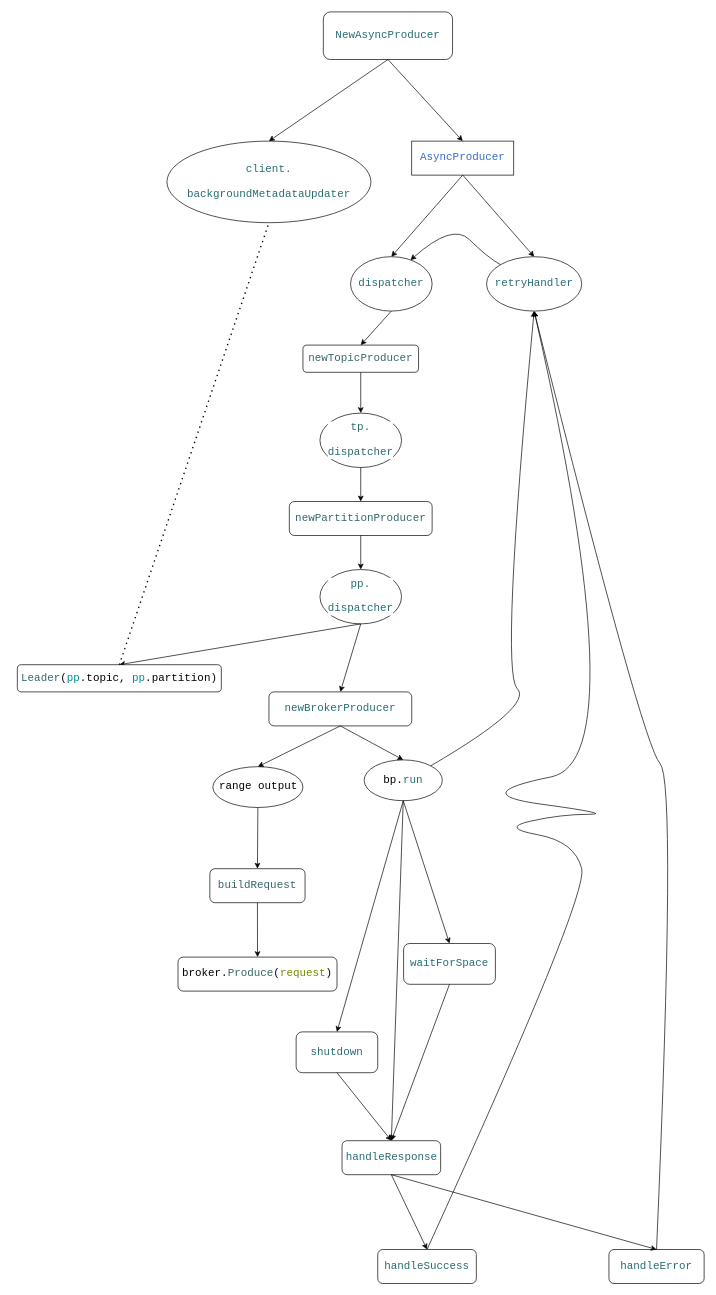
Earlier version of the draw.io diagram docs/sarama-producer.drawio (pingcap/tiflow). Source tidied: cells renumbered, new cells numbered last; positions are measured from the earlier drawing's top-left corner, leaving out a move shared by most shapes. Both pictures are drawn from the tidied source at 68%, with x=0, y=0 at pixel (17, 12).
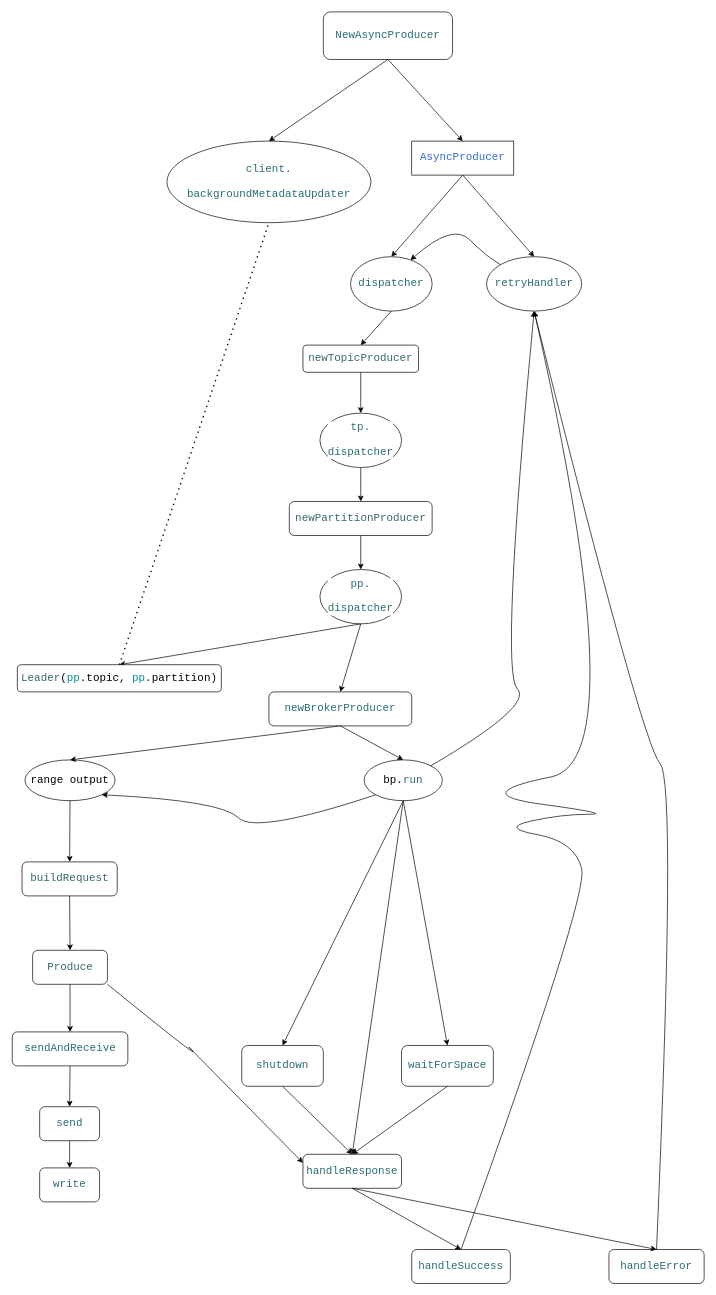
The same page after the edit.

Unchanged cells that the change refers to:
```xml
<mxCell id="24" value="&lt;pre style=&quot;background-color: #ffffff ; color: #080808 ; font-family: &amp;#34;fira code&amp;#34; , monospace ; font-size: 12.0pt&quot;&gt;&lt;span style=&quot;color: #000000&quot;&gt;bp&lt;/span&gt;.&lt;span style=&quot;color: #286d73&quot;&gt;run&lt;/span&gt;&lt;/pre&gt;" style="ellipse;whiteSpace=wrap;html=1;fontSize=14;" parent="1" vertex="1">
  <mxGeometry x="510" y="1100" width="115" height="60" as="geometry" />
</mxCell>
```

The edit, as a diff of the source:
```diff
@@
     <mxCell id="27" value="&lt;pre style=&quot;background-color: rgb(255 , 255 , 255) ; font-family: &amp;#34;fira code&amp;#34; , monospace ; font-size: 12pt&quot;&gt;range output&lt;/pre&gt;" style="ellipse;whiteSpace=wrap;html=1;fontSize=14;" parent="1" vertex="1">
-      <mxGeometry x="287.5" y="1110" width="132.5" height="60" as="geometry" />
+      <mxGeometry x="11.2" y="1100" width="132.5" height="60" as="geometry" />
     </mxCell>
@@
     <mxCell id="29" value="&lt;pre style=&quot;background-color: #ffffff ; color: #080808 ; font-family: &amp;#34;fira code&amp;#34; , monospace ; font-size: 12.0pt&quot;&gt;&lt;pre style=&quot;font-family: &amp;#34;fira code&amp;#34; , monospace ; font-size: 12pt&quot;&gt;&lt;pre style=&quot;font-family: &amp;#34;fira code&amp;#34; , monospace ; font-size: 12pt&quot;&gt;&lt;pre style=&quot;font-family: &amp;#34;fira code&amp;#34; , monospace ; font-size: 12pt&quot;&gt;&lt;span style=&quot;color: #36666b&quot;&gt;buildRequest&lt;/span&gt;&lt;/pre&gt;&lt;/pre&gt;&lt;/pre&gt;&lt;/pre&gt;" style="rounded=1;whiteSpace=wrap;html=1;fontSize=14;" parent="1" vertex="1">
-      <mxGeometry x="283.1" y="1260" width="140" height="50" as="geometry" />
+      <mxGeometry x="6.9" y="1250" width="140" height="50" as="geometry" />
     </mxCell>
-    <mxCell id="30" value="&lt;pre style=&quot;background-color: #ffffff ; color: #080808 ; font-family: &amp;#34;fira code&amp;#34; , monospace ; font-size: 12.0pt&quot;&gt;&lt;pre style=&quot;font-family: &amp;#34;fira code&amp;#34; , monospace ; font-size: 12pt&quot;&gt;&lt;pre style=&quot;font-family: &amp;#34;fira code&amp;#34; , monospace ; font-size: 12pt&quot;&gt;&lt;pre style=&quot;font-family: &amp;#34;fira code&amp;#34; , monospace ; font-size: 12pt&quot;&gt;&lt;pre style=&quot;font-family: &amp;#34;fira code&amp;#34; , monospace ; font-size: 12pt&quot;&gt;&lt;span style=&quot;color: #000000&quot;&gt;broker&lt;/span&gt;.&lt;span style=&quot;color: #36666b&quot;&gt;Produce&lt;/span&gt;(&lt;span style=&quot;color: #708c00&quot;&gt;request&lt;/span&gt;)&lt;/pre&gt;&lt;/pre&gt;&lt;/pre&gt;&lt;/pre&gt;&lt;/pre&gt;" style="rounded=1;whiteSpace=wrap;html=1;fontSize=14;" parent="1" vertex="1">
-      <mxGeometry x="236.3" y="1390" width="233.8" height="50" as="geometry" />
+    <mxCell id="30" value="&lt;pre style=&quot;background-color: #ffffff ; color: #080808 ; font-family: &amp;#34;fira code&amp;#34; , monospace ; font-size: 12.0pt&quot;&gt;&lt;pre style=&quot;font-family: &amp;#34;fira code&amp;#34; , monospace ; font-size: 12pt&quot;&gt;&lt;pre style=&quot;font-family: &amp;#34;fira code&amp;#34; , monospace ; font-size: 12pt&quot;&gt;&lt;pre style=&quot;font-family: &amp;#34;fira code&amp;#34; , monospace ; font-size: 12pt&quot;&gt;&lt;pre style=&quot;font-family: &amp;#34;fira code&amp;#34; , monospace ; font-size: 12pt&quot;&gt;&lt;span style=&quot;color: #36666b&quot;&gt;Produce&lt;/span&gt;&lt;/pre&gt;&lt;/pre&gt;&lt;/pre&gt;&lt;/pre&gt;&lt;/pre&gt;" style="rounded=1;whiteSpace=wrap;html=1;fontSize=14;" parent="1" vertex="1">
+      <mxGeometry x="22.5" y="1380" width="110" height="50" as="geometry" />
     </mxCell>
@@
     <mxCell id="35" value="&lt;pre style=&quot;background-color: #ffffff ; color: #080808 ; font-family: &amp;#34;fira code&amp;#34; , monospace ; font-size: 12.0pt&quot;&gt;&lt;pre style=&quot;font-family: &amp;#34;fira code&amp;#34; , monospace ; font-size: 12pt&quot;&gt;&lt;pre style=&quot;font-family: &amp;#34;fira code&amp;#34; , monospace ; font-size: 12pt&quot;&gt;&lt;pre style=&quot;font-family: &amp;#34;fira code&amp;#34; , monospace ; font-size: 12pt&quot;&gt;&lt;span style=&quot;color: #286d73&quot;&gt;handleSuccess&lt;/span&gt;&lt;/pre&gt;&lt;/pre&gt;&lt;/pre&gt;&lt;/pre&gt;" style="rounded=1;whiteSpace=wrap;html=1;fontSize=14;" parent="1" vertex="1">
-      <mxGeometry x="530" y="1820" width="145" height="50" as="geometry" />
+      <mxGeometry x="580" y="1820" width="145" height="50" as="geometry" />
     </mxCell>
@@
     <mxCell id="38" value="&lt;pre style=&quot;background-color: #ffffff ; color: #080808 ; font-family: &amp;#34;fira code&amp;#34; , monospace ; font-size: 12.0pt&quot;&gt;&lt;pre style=&quot;font-family: &amp;#34;fira code&amp;#34; , monospace ; font-size: 12pt&quot;&gt;&lt;pre style=&quot;font-family: &amp;#34;fira code&amp;#34; , monospace ; font-size: 12pt&quot;&gt;&lt;pre style=&quot;font-family: &amp;#34;fira code&amp;#34; , monospace ; font-size: 12pt&quot;&gt;&lt;pre style=&quot;font-family: &amp;#34;fira code&amp;#34; , monospace ; font-size: 12pt&quot;&gt;&lt;span style=&quot;color: #286d73&quot;&gt;handleResponse&lt;/span&gt;&lt;/pre&gt;&lt;/pre&gt;&lt;/pre&gt;&lt;/pre&gt;&lt;/pre&gt;" style="rounded=1;whiteSpace=wrap;html=1;fontSize=14;" parent="1" vertex="1">
-      <mxGeometry x="477.5" y="1660" width="145" height="50" as="geometry" />
+      <mxGeometry x="420" y="1680" width="145" height="50" as="geometry" />
     </mxCell>
@@
     <mxCell id="42" value="&lt;pre style=&quot;background-color: #ffffff ; color: #080808 ; font-family: &amp;#34;fira code&amp;#34; , monospace ; font-size: 12.0pt&quot;&gt;&lt;span style=&quot;color: #286d73&quot;&gt;shutdown&lt;/span&gt;&lt;/pre&gt;" style="rounded=1;whiteSpace=wrap;html=1;fontSize=14;" parent="1" vertex="1">
-      <mxGeometry x="410" y="1500" width="120" height="60" as="geometry" />
+      <mxGeometry x="330" y="1520" width="120" height="60" as="geometry" />
     </mxCell>
@@
     <mxCell id="44" value="&lt;pre style=&quot;background-color: #ffffff ; color: #080808 ; font-family: &amp;#34;fira code&amp;#34; , monospace ; font-size: 12.0pt&quot;&gt;&lt;pre style=&quot;font-family: &amp;#34;fira code&amp;#34; , monospace ; font-size: 12pt&quot;&gt;&lt;span style=&quot;color: #286d73&quot;&gt;waitForSpace&lt;/span&gt;&lt;/pre&gt;&lt;/pre&gt;" style="rounded=1;whiteSpace=wrap;html=1;fontSize=14;" parent="1" vertex="1">
-      <mxGeometry x="568" y="1370" width="135" height="60" as="geometry" />
+      <mxGeometry x="565" y="1520" width="135" height="60" as="geometry" />
     </mxCell>
@@
+    <mxCell id="48" value="&lt;pre style=&quot;background-color: #ffffff ; color: #080808 ; font-family: &amp;#34;fira code&amp;#34; , monospace ; font-size: 12.0pt&quot;&gt;&lt;pre style=&quot;font-family: &amp;#34;fira code&amp;#34; , monospace ; font-size: 12pt&quot;&gt;&lt;pre style=&quot;font-family: &amp;#34;fira code&amp;#34; , monospace ; font-size: 12pt&quot;&gt;&lt;pre style=&quot;font-family: &amp;#34;fira code&amp;#34; , monospace ; font-size: 12pt&quot;&gt;&lt;pre style=&quot;font-family: &amp;#34;fira code&amp;#34; , monospace ; font-size: 12pt&quot;&gt;&lt;pre style=&quot;font-family: &amp;#34;fira code&amp;#34; , monospace ; font-size: 12pt&quot;&gt;&lt;span style=&quot;color: #286d73&quot;&gt;sendAndReceive&lt;/span&gt;&lt;/pre&gt;&lt;/pre&gt;&lt;/pre&gt;&lt;/pre&gt;&lt;/pre&gt;&lt;/pre&gt;" style="rounded=1;whiteSpace=wrap;html=1;fontSize=14;" parent="1" vertex="1">
+      <mxGeometry x="-7.5" y="1500" width="170" height="50" as="geometry" />
+    </mxCell>
+    <mxCell id="49" style="endArrow=classic;html=1;exitX=0.5;exitY=1;exitDx=0;exitDy=0;entryX=0.5;entryY=0;entryDx=0;entryDy=0;" parent="1" edge="1" source="30" target="48">
+      <mxGeometry relative="1" as="geometry" />
+    </mxCell>
+    <mxCell id="50" value="&lt;pre style=&quot;background-color: #ffffff ; color: #080808 ; font-family: &amp;#34;fira code&amp;#34; , monospace ; font-size: 12.0pt&quot;&gt;&lt;pre style=&quot;font-family: &amp;#34;fira code&amp;#34; , monospace ; font-size: 12pt&quot;&gt;&lt;pre style=&quot;font-family: &amp;#34;fira code&amp;#34; , monospace ; font-size: 12pt&quot;&gt;&lt;pre style=&quot;font-family: &amp;#34;fira code&amp;#34; , monospace ; font-size: 12pt&quot;&gt;&lt;pre style=&quot;font-family: &amp;#34;fira code&amp;#34; , monospace ; font-size: 12pt&quot;&gt;&lt;pre style=&quot;font-family: &amp;#34;fira code&amp;#34; , monospace ; font-size: 12pt&quot;&gt;&lt;span style=&quot;color: #286d73&quot;&gt;send&lt;/span&gt;&lt;/pre&gt;&lt;/pre&gt;&lt;/pre&gt;&lt;/pre&gt;&lt;/pre&gt;&lt;/pre&gt;" style="rounded=1;whiteSpace=wrap;html=1;fontSize=14;" parent="1" vertex="1">
+      <mxGeometry x="32.8" y="1610" width="88.1" height="50" as="geometry" />
+    </mxCell>
+    <mxCell id="51" style="endArrow=classic;html=1;exitX=0.5;exitY=1;exitDx=0;exitDy=0;entryX=0.5;entryY=0;entryDx=0;entryDy=0;" parent="1" edge="1" source="48" target="50">
+      <mxGeometry relative="1" as="geometry" />
+    </mxCell>
+    <mxCell id="52" value="&lt;pre style=&quot;background-color: #ffffff ; color: #080808 ; font-family: &amp;#34;fira code&amp;#34; , monospace ; font-size: 12.0pt&quot;&gt;&lt;pre style=&quot;font-family: &amp;#34;fira code&amp;#34; , monospace ; font-size: 12pt&quot;&gt;&lt;pre style=&quot;font-family: &amp;#34;fira code&amp;#34; , monospace ; font-size: 12pt&quot;&gt;&lt;pre style=&quot;font-family: &amp;#34;fira code&amp;#34; , monospace ; font-size: 12pt&quot;&gt;&lt;pre style=&quot;font-family: &amp;#34;fira code&amp;#34; , monospace ; font-size: 12pt&quot;&gt;&lt;pre style=&quot;font-family: &amp;#34;fira code&amp;#34; , monospace ; font-size: 12pt&quot;&gt;&lt;span style=&quot;color: #286d73&quot;&gt;write&lt;/span&gt;&lt;/pre&gt;&lt;/pre&gt;&lt;/pre&gt;&lt;/pre&gt;&lt;/pre&gt;&lt;/pre&gt;" style="rounded=1;whiteSpace=wrap;html=1;fontSize=14;" parent="1" vertex="1">
+      <mxGeometry x="32.8" y="1700" width="88.1" height="50" as="geometry" />
+    </mxCell>
+    <mxCell id="53" style="endArrow=classic;html=1;exitX=0.5;exitY=1;exitDx=0;exitDy=0;" parent="1" edge="1" source="50" target="52">
+      <mxGeometry relative="1" as="geometry" />
+    </mxCell>
+    <mxCell id="54" style="curved=1;endArrow=classic;html=1;exitX=0;exitY=1;exitDx=0;exitDy=0;entryX=1;entryY=1;entryDx=0;entryDy=0;" parent="1" edge="1" source="24" target="27">
+      <mxGeometry relative="1" as="geometry">
+        <Array as="points">
+          <mxPoint x="350" y="1210" />
+          <mxPoint x="300" y="1160" />
+        </Array>
+      </mxGeometry>
+    </mxCell>
+    <mxCell id="55" style="curved=1;endArrow=classic;html=1;exitX=1;exitY=1;exitDx=0;exitDy=0;entryX=0;entryY=0.25;entryDx=0;entryDy=0;" parent="1" edge="1" source="30" target="38">
+      <mxGeometry relative="1" as="geometry">
+        <Array as="points">
+          <mxPoint x="280" y="1550" />
+          <mxPoint x="230" y="1500" />
+        </Array>
+      </mxGeometry>
+    </mxCell>
```
